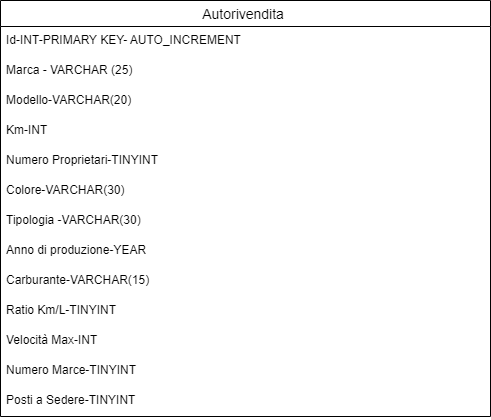
Above: db-first.drawio.png in mikaeltreppo/db-first (draw.io), before the change. Source tidied: cells renumbered, new cells last; positions are measured from the earlier drawing's top-left corner, leaving out a move shared by most shapes.
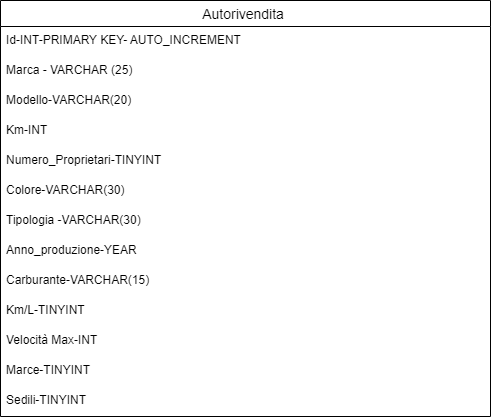
The same diagram one commit later.

The edit, as a diff of the source:
```diff
@@ -17,7 +17,7 @@
     <mxCell id="6" value="Km-INT" style="text;strokeColor=none;fillColor=none;spacingLeft=4;spacingRight=4;overflow=hidden;fontSize=12;" parent="2" vertex="1">
       <mxGeometry y="116" width="490" height="30" as="geometry" />
     </mxCell>
-    <mxCell id="7" value="Numero Proprietari-TINYINT" style="text;strokeColor=none;fillColor=none;spacingLeft=4;spacingRight=4;overflow=hidden;fontSize=12;" parent="2" vertex="1">
+    <mxCell id="7" value="Numero_Proprietari-TINYINT" style="text;strokeColor=none;fillColor=none;spacingLeft=4;spacingRight=4;overflow=hidden;fontSize=12;" parent="2" vertex="1">
       <mxGeometry y="146" width="490" height="30" as="geometry" />
     </mxCell>
     <mxCell id="8" value="Colore-VARCHAR(30)&#10;" style="text;strokeColor=none;fillColor=none;spacingLeft=4;spacingRight=4;overflow=hidden;fontSize=12;" parent="2" vertex="1">
@@ -26,22 +26,22 @@
     <mxCell id="9" value="Tipologia -VARCHAR(30)" style="text;strokeColor=none;fillColor=none;spacingLeft=4;spacingRight=4;overflow=hidden;fontSize=12;" parent="2" vertex="1">
       <mxGeometry y="206" width="490" height="30" as="geometry" />
     </mxCell>
-    <mxCell id="10" value="Anno di produzione-YEAR" style="text;strokeColor=none;fillColor=none;spacingLeft=4;spacingRight=4;overflow=hidden;fontSize=12;" parent="2" vertex="1">
+    <mxCell id="10" value="Anno_produzione-YEAR" style="text;strokeColor=none;fillColor=none;spacingLeft=4;spacingRight=4;overflow=hidden;fontSize=12;" parent="2" vertex="1">
       <mxGeometry y="236" width="490" height="30" as="geometry" />
     </mxCell>
     <mxCell id="11" value="Carburante-VARCHAR(15)" style="text;strokeColor=none;fillColor=none;spacingLeft=4;spacingRight=4;overflow=hidden;fontSize=12;" parent="2" vertex="1">
       <mxGeometry y="266" width="490" height="30" as="geometry" />
     </mxCell>
-    <mxCell id="12" value="Ratio Km/L-TINYINT" style="text;strokeColor=none;fillColor=none;spacingLeft=4;spacingRight=4;overflow=hidden;fontSize=12;" parent="2" vertex="1">
+    <mxCell id="12" value="Km/L-TINYINT" style="text;strokeColor=none;fillColor=none;spacingLeft=4;spacingRight=4;overflow=hidden;fontSize=12;" parent="2" vertex="1">
       <mxGeometry y="296" width="490" height="30" as="geometry" />
     </mxCell>
     <mxCell id="13" value="Velocità Max-INT" style="text;strokeColor=none;fillColor=none;spacingLeft=4;spacingRight=4;overflow=hidden;fontSize=12;" parent="2" vertex="1">
       <mxGeometry y="326" width="490" height="30" as="geometry" />
     </mxCell>
-    <mxCell id="14" value="Numero Marce-TINYINT" style="text;strokeColor=none;fillColor=none;spacingLeft=4;spacingRight=4;overflow=hidden;fontSize=12;" parent="2" vertex="1">
+    <mxCell id="14" value="Marce-TINYINT" style="text;strokeColor=none;fillColor=none;spacingLeft=4;spacingRight=4;overflow=hidden;fontSize=12;" parent="2" vertex="1">
       <mxGeometry y="356" width="490" height="30" as="geometry" />
     </mxCell>
-    <mxCell id="15" value="Posti a Sedere-TINYINT" style="text;strokeColor=none;fillColor=none;spacingLeft=4;spacingRight=4;overflow=hidden;fontSize=12;" parent="2" vertex="1">
+    <mxCell id="15" value="Sedili-TINYINT" style="text;strokeColor=none;fillColor=none;spacingLeft=4;spacingRight=4;overflow=hidden;fontSize=12;" parent="2" vertex="1">
       <mxGeometry y="386" width="490" height="30" as="geometry" />
     </mxCell>
   </root>
```
